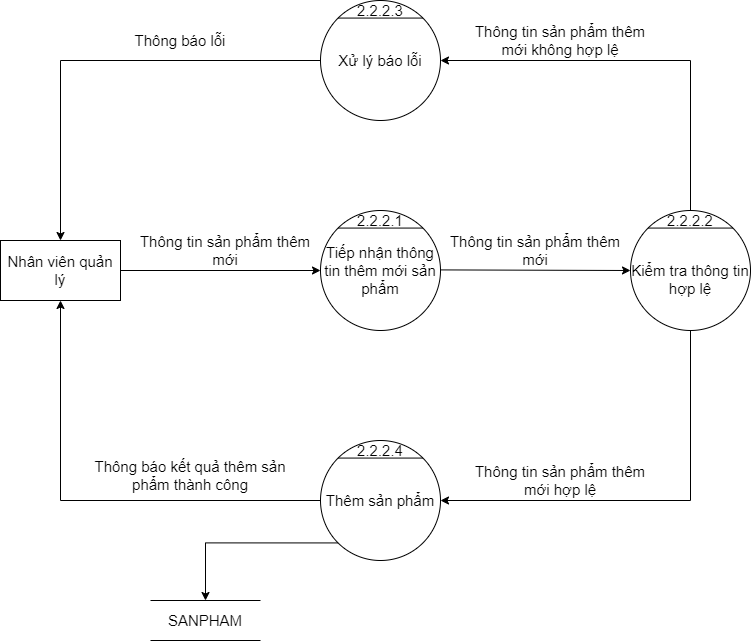
The draw.io diagram BFD&DFD/BFD&DFD mức 0, 1, 2, 3/DFD_3_QLSP_Insert.png in hungtadasuke/CoffeShop_SoftwareTechnology, before a commit. Source tidied: cells renumbered, new cells last; positions are measured from the earlier drawing's top-left corner, leaving out a move shared by most shapes. Source of this version:
```xml
<mxGraphModel>
  <root>
    <mxCell id="0" />
    <mxCell id="1" parent="0" />
    <mxCell id="2" value="Tiếp nhận thông tin thêm mới sản phẩm" style="ellipse;whiteSpace=wrap;html=1;fontSize=15;" parent="1" vertex="1">
      <mxGeometry x="320" y="210" width="120" height="120" as="geometry" />
    </mxCell>
    <mxCell id="3" style="endArrow=none;html=1;rounded=0;exitX=0;exitY=0;exitDx=0;exitDy=0;entryX=1;entryY=0;entryDx=0;entryDy=0;fontSize=15;" parent="1" edge="1" source="2" target="2">
      <mxGeometry relative="1" as="geometry" />
    </mxCell>
    <mxCell id="4" value="2.2.2.1" style="text;html=1;strokeColor=none;fillColor=none;align=center;verticalAlign=middle;whiteSpace=wrap;rounded=0;fontSize=15;" parent="1" vertex="1">
      <mxGeometry x="360" y="210" width="40" height="20" as="geometry" />
    </mxCell>
    <mxCell id="5" value="Nhân viên quản lý" style="rounded=0;whiteSpace=wrap;html=1;fontSize=15;" parent="1" vertex="1">
      <mxGeometry y="240" width="120" height="60" as="geometry" />
    </mxCell>
    <mxCell id="6" style="endArrow=classic;html=1;rounded=0;exitX=1;exitY=0.5;exitDx=0;exitDy=0;entryX=0;entryY=0.5;entryDx=0;entryDy=0;fontSize=15;" parent="1" edge="1" source="5" target="2">
      <mxGeometry relative="1" as="geometry" />
    </mxCell>
    <mxCell id="7" style="endArrow=classic;html=1;rounded=0;exitX=1;exitY=0.5;exitDx=0;exitDy=0;fontSize=15;entryX=0;entryY=0.5;entryDx=0;entryDy=0;" parent="1" edge="1" target="8">
      <mxGeometry relative="1" as="geometry">
        <mxPoint x="440" y="269.4" as="sourcePoint" />
      </mxGeometry>
    </mxCell>
    <mxCell id="8" value="&lt;br&gt;Kiểm tra thông tin hợp lệ" style="ellipse;whiteSpace=wrap;html=1;fontSize=15;" parent="1" vertex="1">
      <mxGeometry x="630" y="210" width="120" height="120" as="geometry" />
    </mxCell>
    <mxCell id="9" style="endArrow=none;html=1;rounded=0;exitX=0;exitY=0;exitDx=0;exitDy=0;entryX=1;entryY=0;entryDx=0;entryDy=0;fontSize=15;" parent="1" edge="1" source="8" target="8">
      <mxGeometry relative="1" as="geometry" />
    </mxCell>
    <mxCell id="10" value="2.2.2.2" style="text;html=1;strokeColor=none;fillColor=none;align=center;verticalAlign=middle;whiteSpace=wrap;rounded=0;fontSize=15;" parent="1" vertex="1">
      <mxGeometry x="670" y="210" width="40" height="20" as="geometry" />
    </mxCell>
    <mxCell id="11" value="Thêm sản phẩm" style="ellipse;whiteSpace=wrap;html=1;fontSize=15;" parent="1" vertex="1">
      <mxGeometry x="320" y="440" width="120" height="120" as="geometry" />
    </mxCell>
    <mxCell id="12" style="endArrow=none;html=1;rounded=0;exitX=0;exitY=0;exitDx=0;exitDy=0;entryX=1;entryY=0;entryDx=0;entryDy=0;fontSize=15;" parent="1" edge="1" source="11" target="11">
      <mxGeometry relative="1" as="geometry" />
    </mxCell>
    <mxCell id="13" value="2.2.2.4" style="text;html=1;strokeColor=none;fillColor=none;align=center;verticalAlign=middle;whiteSpace=wrap;rounded=0;fontSize=15;" parent="1" vertex="1">
      <mxGeometry x="360" y="440" width="40" height="20" as="geometry" />
    </mxCell>
    <mxCell id="14" value="Thông tin sản phẩm thêm mới" style="text;html=1;strokeColor=none;fillColor=none;align=center;verticalAlign=middle;whiteSpace=wrap;rounded=0;fontSize=15;" parent="1" vertex="1">
      <mxGeometry x="130" y="230" width="190" height="40" as="geometry" />
    </mxCell>
    <mxCell id="15" value="Thông tin sản phẩm thêm mới" style="text;html=1;strokeColor=none;fillColor=none;align=center;verticalAlign=middle;whiteSpace=wrap;rounded=0;fontSize=15;" parent="1" vertex="1">
      <mxGeometry x="440" y="230" width="190" height="40" as="geometry" />
    </mxCell>
    <mxCell id="16" style="edgeStyle=segmentEdgeStyle;endArrow=classic;html=1;rounded=0;fontSize=15;exitX=0.5;exitY=1;exitDx=0;exitDy=0;entryX=1;entryY=0.5;entryDx=0;entryDy=0;" parent="1" edge="1" source="8" target="11">
      <mxGeometry relative="1" as="geometry">
        <Array as="points">
          <mxPoint x="690" y="500" />
        </Array>
      </mxGeometry>
    </mxCell>
    <mxCell id="17" value="Thông tin sản phẩm thêm mới hợp lệ" style="text;html=1;strokeColor=none;fillColor=none;align=center;verticalAlign=middle;whiteSpace=wrap;rounded=0;fontSize=15;" parent="1" vertex="1">
      <mxGeometry x="460" y="460" width="200" height="40" as="geometry" />
    </mxCell>
    <mxCell id="18" style="edgeStyle=segmentEdgeStyle;endArrow=classic;html=1;rounded=0;fontSize=15;exitX=0;exitY=0.5;exitDx=0;exitDy=0;entryX=0.5;entryY=1;entryDx=0;entryDy=0;" parent="1" edge="1" source="11" target="5">
      <mxGeometry relative="1" as="geometry" />
    </mxCell>
    <mxCell id="19" value="Thông báo kết quả thêm sản phẩm thành công" style="text;html=1;strokeColor=none;fillColor=none;align=center;verticalAlign=middle;whiteSpace=wrap;rounded=0;fontSize=15;" parent="1" vertex="1">
      <mxGeometry x="90" y="450" width="200" height="50" as="geometry" />
    </mxCell>
    <mxCell id="20" value="Xử lý báo lỗi" style="ellipse;whiteSpace=wrap;html=1;fontSize=15;" parent="1" vertex="1">
      <mxGeometry x="320" width="120" height="120" as="geometry" />
    </mxCell>
    <mxCell id="21" style="endArrow=none;html=1;rounded=0;exitX=0;exitY=0;exitDx=0;exitDy=0;entryX=1;entryY=0;entryDx=0;entryDy=0;fontSize=15;" parent="1" edge="1" source="20" target="20">
      <mxGeometry relative="1" as="geometry" />
    </mxCell>
    <mxCell id="22" value="2.2.2.3" style="text;html=1;strokeColor=none;fillColor=none;align=center;verticalAlign=middle;whiteSpace=wrap;rounded=0;fontSize=15;" parent="1" vertex="1">
      <mxGeometry x="360" width="40" height="20" as="geometry" />
    </mxCell>
    <mxCell id="23" style="edgeStyle=segmentEdgeStyle;endArrow=classic;html=1;rounded=0;exitX=0.5;exitY=0;exitDx=0;exitDy=0;entryX=1;entryY=0.5;entryDx=0;entryDy=0;" parent="1" edge="1" source="10" target="20">
      <mxGeometry relative="1" as="geometry">
        <Array as="points">
          <mxPoint x="690" y="60" />
        </Array>
      </mxGeometry>
    </mxCell>
    <mxCell id="24" value="Thông tin sản phẩm thêm mới không hợp lệ" style="text;html=1;strokeColor=none;fillColor=none;align=center;verticalAlign=middle;whiteSpace=wrap;rounded=0;fontSize=15;" parent="1" vertex="1">
      <mxGeometry x="460" y="20" width="200" height="40" as="geometry" />
    </mxCell>
    <mxCell id="25" style="edgeStyle=segmentEdgeStyle;endArrow=classic;html=1;rounded=0;exitX=0;exitY=0.5;exitDx=0;exitDy=0;entryX=0.5;entryY=0;entryDx=0;entryDy=0;" parent="1" edge="1" source="20" target="5">
      <mxGeometry relative="1" as="geometry" />
    </mxCell>
    <mxCell id="26" value="Thông báo lỗi" style="text;html=1;strokeColor=none;fillColor=none;align=center;verticalAlign=middle;whiteSpace=wrap;rounded=0;fontSize=15;" parent="1" vertex="1">
      <mxGeometry x="80" y="20" width="200" height="40" as="geometry" />
    </mxCell>
    <mxCell id="27" value="&lt;font style=&quot;font-size: 15px&quot;&gt;SANPHAM&lt;/font&gt;" style="shape=partialRectangle;whiteSpace=wrap;html=1;left=0;right=0;fillColor=none;" parent="1" vertex="1">
      <mxGeometry x="150" y="600" width="110" height="40" as="geometry" />
    </mxCell>
    <mxCell id="28" style="edgeStyle=segmentEdgeStyle;endArrow=classic;html=1;rounded=0;fontSize=15;entryX=0.5;entryY=0;entryDx=0;entryDy=0;exitX=0;exitY=1;exitDx=0;exitDy=0;" parent="1" edge="1" source="11" target="27">
      <mxGeometry relative="1" as="geometry" />
    </mxCell>
  </root>
</mxGraphModel>
```
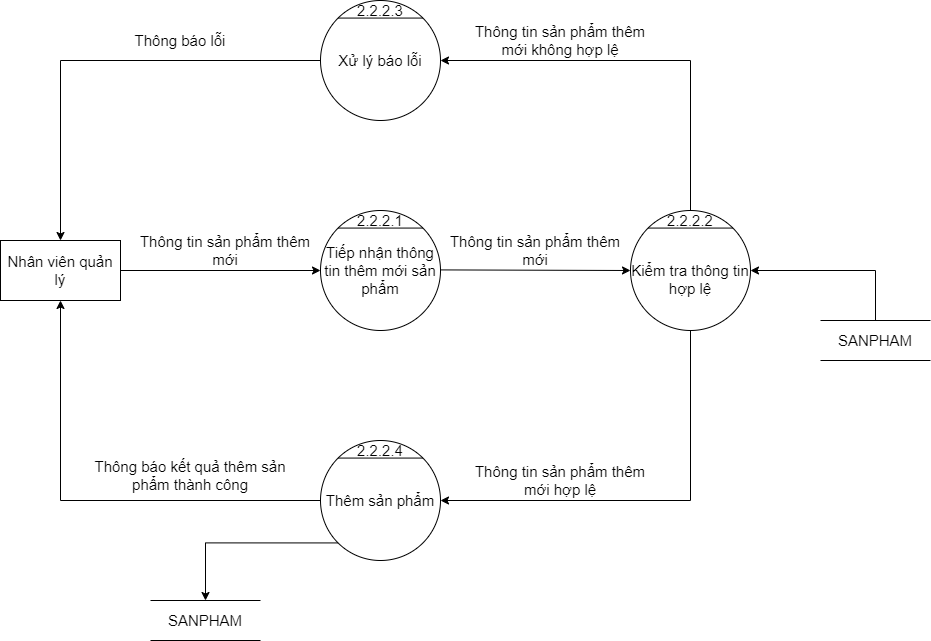
The same file after the commit.

Diff of the diagram source:
```diff
@@ -93,5 +93,15 @@
     <mxCell id="28" style="edgeStyle=segmentEdgeStyle;endArrow=classic;html=1;rounded=0;fontSize=15;entryX=0.5;entryY=0;entryDx=0;entryDy=0;exitX=0;exitY=1;exitDx=0;exitDy=0;" parent="1" edge="1" source="11" target="27">
       <mxGeometry relative="1" as="geometry" />
     </mxCell>
+    <mxCell id="29" value="&lt;font style=&quot;font-size: 15px&quot;&gt;SANPHAM&lt;/font&gt;" style="shape=partialRectangle;whiteSpace=wrap;html=1;left=0;right=0;fillColor=none;" parent="1" vertex="1">
+      <mxGeometry x="820" y="320" width="110" height="40" as="geometry" />
+    </mxCell>
+    <mxCell id="30" style="edgeStyle=segmentEdgeStyle;endArrow=classic;html=1;rounded=0;exitX=0.5;exitY=0;exitDx=0;exitDy=0;entryX=1;entryY=0.5;entryDx=0;entryDy=0;" parent="1" edge="1" source="29" target="8">
+      <mxGeometry relative="1" as="geometry">
+        <Array as="points">
+          <mxPoint x="875" y="270" />
+        </Array>
+      </mxGeometry>
+    </mxCell>
   </root>
 </mxGraphModel>
```
